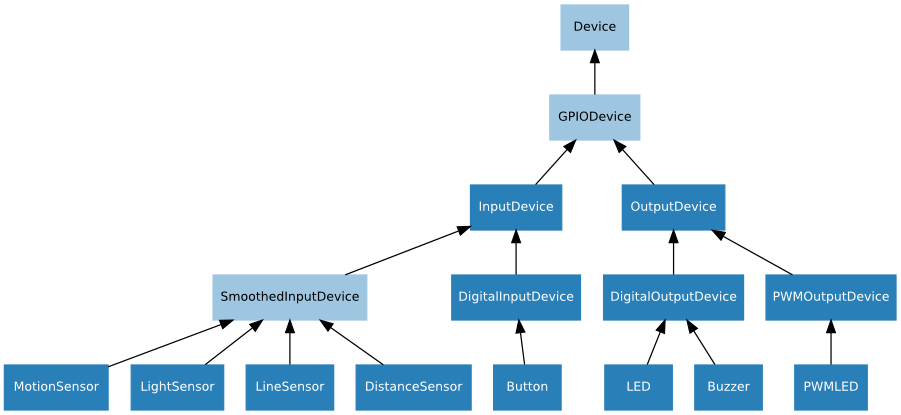
Above: docs/images/gpio_device_hierarchy.png in gpiozero/gpiozero (Graphviz), before the change. Its source is kept beside it as docs/images/gpio_device_hierarchy.dot.
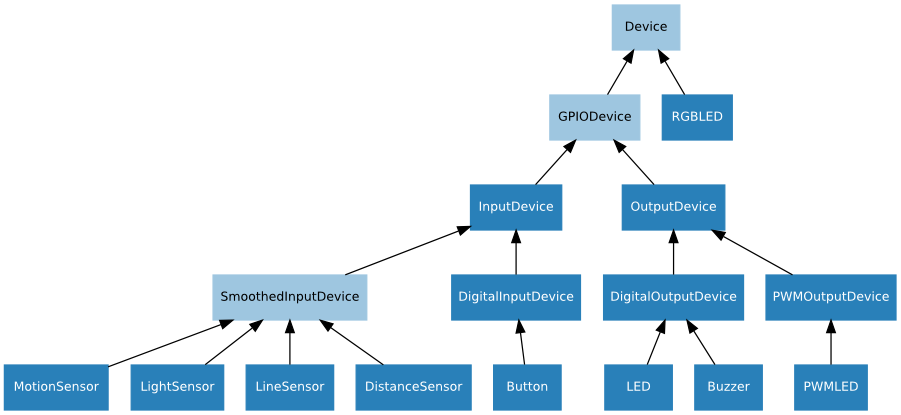
The same file after the commit.

Change to the diagram source:
```diff
@@ -30,4 +30,5 @@
     Buzzer->DigitalOutputDevice;
     PWMOutputDevice->OutputDevice;
     PWMLED->PWMOutputDevice;
+    RGBLED->Device;
 }
```
